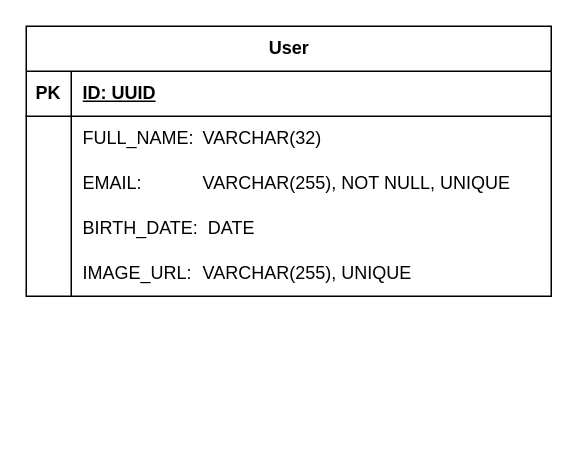
Above: page "Физическая схема" (2 of 2) of documentation/DBMS.drawio in bitchofson/ecos (draw.io), before the change. Source tidied: cells renumbered, new cells numbered last; positions are measured from the earlier drawing's top-left corner, leaving out a move shared by most shapes. Both pictures are drawn from the tidied source at 150%, with x=0, y=0 at pixel (26, 26).
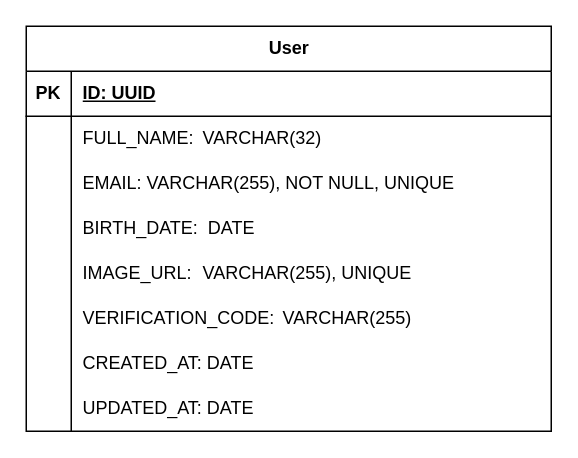
The same page after the edit.

The change refers to these unchanged cells:
```xml
<mxCell id="9" style="shape=tableRow;horizontal=0;startSize=0;swimlaneHead=0;swimlaneBody=0;fillColor=none;top=0;left=0;right=0;bottom=0;" parent="2" vertex="1">
  <mxGeometry y="90" width="350" height="30" as="geometry" />
</mxCell>
```

What changed in the source:
```diff
@@
     <mxCell id="2" value="User" style="shape=table;startSize=30;childLayout=tableLayout;rowLines=0;fontStyle=1;align=center;html=1;" parent="1" vertex="1">
-      <mxGeometry width="350" height="180" as="geometry" />
+      <mxGeometry width="350" height="270" as="geometry" />
     </mxCell>
@@
-    <mxCell id="11" value="EMAIL:&lt;span style=&quot;white-space: pre;&quot;&gt;&#9;&lt;/span&gt;&lt;span style=&quot;white-space: pre;&quot;&gt;&#9;&lt;/span&gt;VARCHAR(255), NOT NULL, UNIQUE" style="shape=partialRectangle;fillColor=none;top=0;left=0;bottom=0;right=0;align=left;spacingLeft=6;overflow=hidden;whiteSpace=wrap;html=1;" parent="9" vertex="1">
+    <mxCell id="11" value="EMAIL: VARCHAR(255), NOT NULL, UNIQUE" style="shape=partialRectangle;fillColor=none;top=0;left=0;bottom=0;right=0;align=left;spacingLeft=6;overflow=hidden;whiteSpace=wrap;html=1;" parent="9" vertex="1">
       <mxGeometry x="30" width="320" height="30" as="geometry" />
     </mxCell>
@@
+    <mxCell id="18" style="shape=tableRow;horizontal=0;startSize=0;swimlaneHead=0;swimlaneBody=0;fillColor=none;top=0;left=0;right=0;bottom=0;" parent="2" vertex="1">
+      <mxGeometry y="180" width="350" height="30" as="geometry" />
+    </mxCell>
+    <mxCell id="19" style="shape=partialRectangle;fillColor=none;top=0;left=0;bottom=0;right=0;overflow=hidden;whiteSpace=wrap;html=1;" parent="18" vertex="1">
+      <mxGeometry width="30" height="30" as="geometry" />
+    </mxCell>
+    <mxCell id="20" value="VERIFICATION_CODE:&lt;span style=&quot;white-space: pre;&quot;&gt;&#9;&lt;/span&gt;VARCHAR(255)" style="shape=partialRectangle;fillColor=none;top=0;left=0;bottom=0;right=0;align=left;spacingLeft=6;overflow=hidden;whiteSpace=wrap;html=1;" parent="18" vertex="1">
+      <mxGeometry x="30" width="320" height="30" as="geometry" />
+    </mxCell>
+    <mxCell id="21" style="shape=tableRow;horizontal=0;startSize=0;swimlaneHead=0;swimlaneBody=0;fillColor=none;top=0;left=0;right=0;bottom=0;" parent="2" vertex="1">
+      <mxGeometry y="210" width="350" height="30" as="geometry" />
+    </mxCell>
+    <mxCell id="22" style="shape=partialRectangle;fillColor=none;top=0;left=0;bottom=0;right=0;overflow=hidden;whiteSpace=wrap;html=1;" parent="21" vertex="1">
+      <mxGeometry width="30" height="30" as="geometry" />
+    </mxCell>
+    <mxCell id="23" value="CREATED_AT: DATE" style="shape=partialRectangle;fillColor=none;top=0;left=0;bottom=0;right=0;align=left;spacingLeft=6;overflow=hidden;whiteSpace=wrap;html=1;" parent="21" vertex="1">
+      <mxGeometry x="30" width="320" height="30" as="geometry" />
+    </mxCell>
+    <mxCell id="24" style="shape=tableRow;horizontal=0;startSize=0;swimlaneHead=0;swimlaneBody=0;fillColor=none;top=0;left=0;right=0;bottom=0;" parent="2" vertex="1">
+      <mxGeometry y="240" width="350" height="30" as="geometry" />
+    </mxCell>
+    <mxCell id="25" style="shape=partialRectangle;fillColor=none;top=0;left=0;bottom=0;right=0;overflow=hidden;whiteSpace=wrap;html=1;" parent="24" vertex="1">
+      <mxGeometry width="30" height="30" as="geometry" />
+    </mxCell>
+    <mxCell id="26" value="UPDATED_AT: DATE" style="shape=partialRectangle;fillColor=none;top=0;left=0;bottom=0;right=0;align=left;spacingLeft=6;overflow=hidden;whiteSpace=wrap;html=1;" parent="24" vertex="1">
+      <mxGeometry x="30" width="320" height="30" as="geometry" />
+    </mxCell>
```
